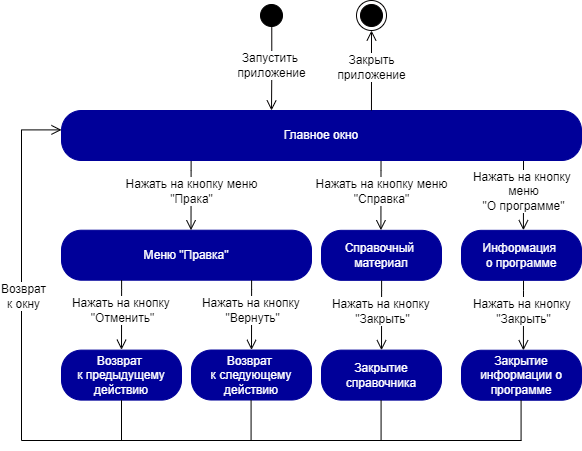
This is SM_Bloks/Menu/State_machine_menu_all_another.drawio.png from iCosmos76/Curriculum-Designer, a draw.io export, as it was before one commit. Source tidied: cells renumbered, new cells last; positions are measured from the earlier drawing's top-left corner, leaving out a move shared by most shapes.
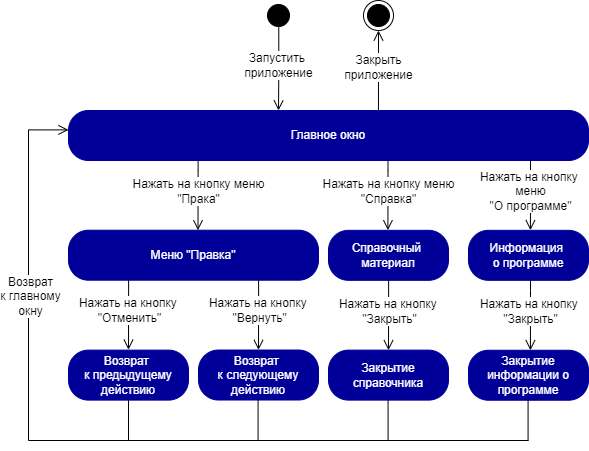
The same file after the commit.

Change to the diagram source:
```diff
@@ -159,7 +159,7 @@
         </Array>
       </mxGeometry>
     </mxCell>
-    <mxCell id="30" value="&lt;font style=&quot;font-size: 12px&quot;&gt;Возврат&lt;br&gt;к окну&lt;/font&gt;" style="edgeLabel;html=1;align=center;verticalAlign=middle;" parent="29" vertex="1">
+    <mxCell id="30" value="&lt;font style=&quot;font-size: 12px&quot;&gt;Возврат&lt;br&gt;к главному&lt;br&gt;окну&lt;br&gt;&lt;/font&gt;" style="edgeLabel;html=1;align=center;verticalAlign=middle;" parent="29" vertex="1">
       <mxGeometry x="-0.17" y="-1" relative="1" as="geometry" />
     </mxCell>
     <mxCell id="31" style="endArrow=none;html=1;rounded=0;entryX=0.5;entryY=1;entryDx=0;entryDy=0;" parent="1" edge="1" target="9">
```
